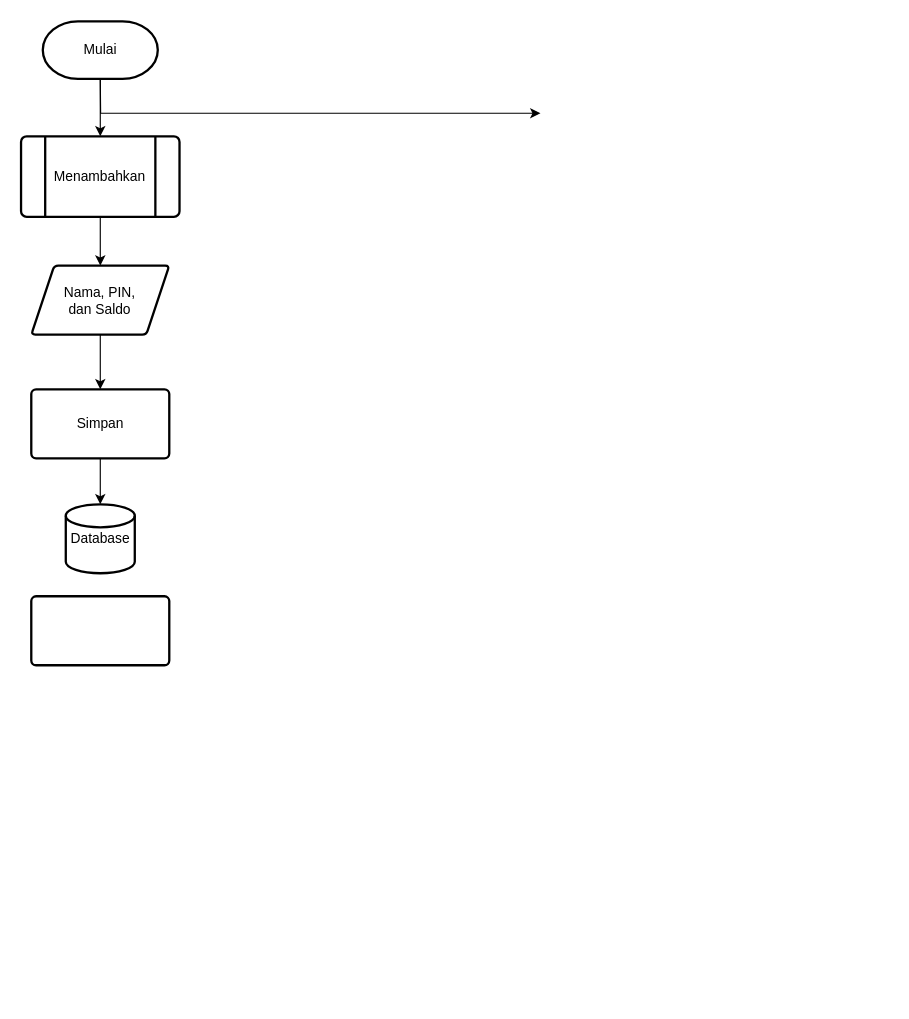
This is Diagram Tanpa Judul.drawio from Arsy278/tugas-arsy, a draw.io file, before an edit. Source tidied: cells renumbered, new cells numbered last; positions are measured from the earlier drawing's top-left corner, leaving out a move shared by most shapes. Both pictures are drawn from the tidied source at 115%, with x=0, y=0 at pixel (21, 21).
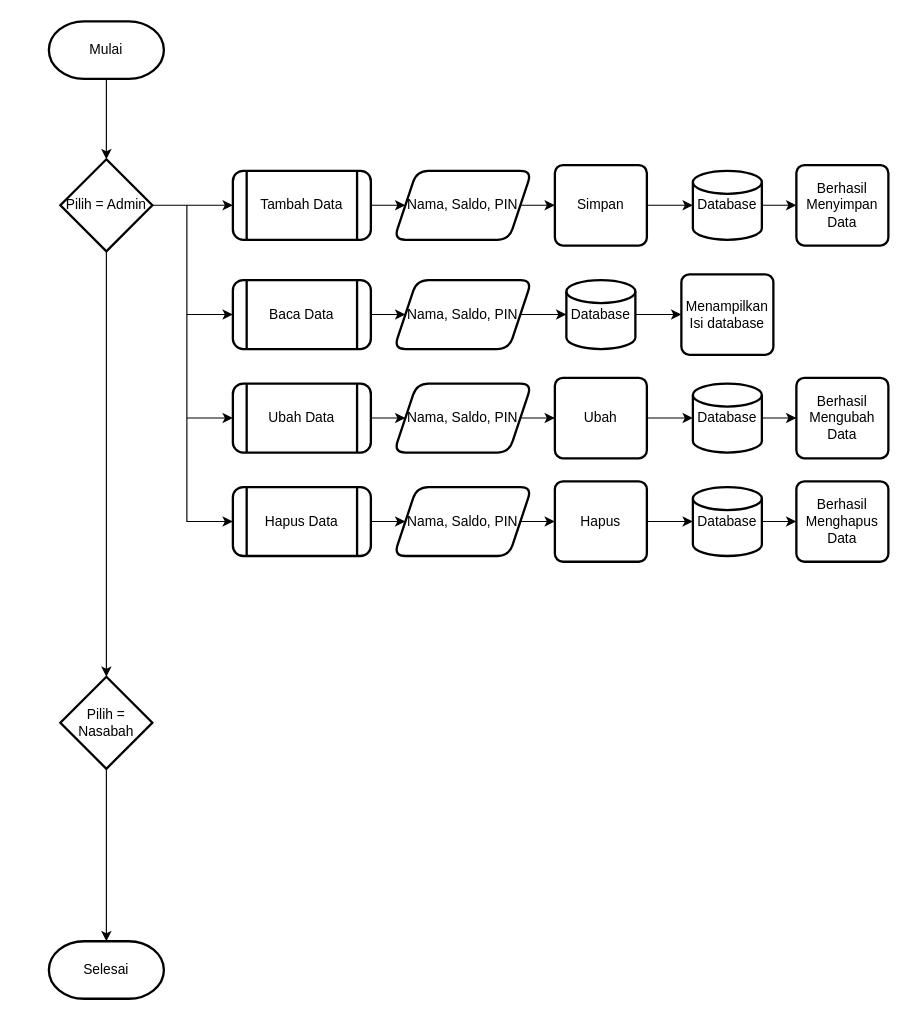
The same diagram, later.

Commit message:
Flowchart PA Daspro 2023

Change to the diagram source:
```diff
@@
-    <mxCell id="2" style="edgeStyle=orthogonalEdgeStyle;rounded=0;jettySize=auto;html=1;" parent="1" edge="1" source="3" target="9">
-      <mxGeometry relative="1" as="geometry" />
-    </mxCell>
-    <mxCell id="3" style="whiteSpace=wrap;html=1;shadow=0;fontFamily=Helvetica;fontSize=12;align=center;strokeWidth=2;spacing=6;spacingTop=-4;shape=process;rounded=1;arcSize=7;size=0.15141284403669722;verticalLabelPosition=bottom;verticalAlign=top;" parent="1" vertex="1">
-      <mxGeometry x="-0.2" y="100" width="137.8" height="70" as="geometry" />
-    </mxCell>
+    <mxCell id="16" style="edgeStyle=orthogonalEdgeStyle;rounded=0;jettySize=auto;html=1;" parent="1" edge="1" source="4" target="18">
+      <mxGeometry relative="1" as="geometry" />
+    </mxCell>
     <mxCell id="4" value="Mulai" style="rounded=1;whiteSpace=wrap;html=1;fontSize=12;glass=0;strokeWidth=2;shadow=0;shape=mxgraph.flowchart.terminator;" parent="1" vertex="1">
-      <mxGeometry x="18.7" width="100" height="50" as="geometry" />
+      <mxGeometry x="24" width="100" height="50" as="geometry" />
     </mxCell>
-    <mxCell id="5" style="endArrow=classic;html=1;rounded=0;exitX=0.5;exitY=1;exitDx=0;exitDy=0;exitPerimeter=0;" parent="1" edge="1" source="4">
-      <mxGeometry relative="1" as="geometry">
-        <mxPoint x="451.5" y="80" as="targetPoint" />
-        <Array as="points">
-          <mxPoint x="69" y="80" />
-        </Array>
-      </mxGeometry>
-    </mxCell>
-    <mxCell id="6" style="endArrow=classic;html=1;rounded=0;exitX=0.5;exitY=1;exitDx=0;exitDy=0;exitPerimeter=0;" parent="1" edge="1" source="4" target="3">
-      <mxGeometry relative="1" as="geometry" />
-    </mxCell>
-    <mxCell id="7" value="Menambahkan" style="text;strokeColor=none;align=center;fillColor=none;html=1;verticalAlign=middle;whiteSpace=wrap;rounded=0;" parent="1" vertex="1">
-      <mxGeometry x="37.4" y="117.5" width="62.5" height="35" as="geometry" />
-    </mxCell>
-    <mxCell id="8" style="edgeStyle=orthogonalEdgeStyle;rounded=0;jettySize=auto;html=1;" parent="1" edge="1" source="9" target="12">
-      <mxGeometry relative="1" as="geometry" />
-    </mxCell>
-    <mxCell id="9" value="&lt;div style=&quot;text-align: justify;&quot;&gt;&lt;br&gt;&lt;/div&gt;" style="shape=parallelogram;perimeter=parallelogramPerimeter;whiteSpace=wrap;html=1;fixedSize=1;verticalAlign=top;shadow=0;strokeWidth=2;spacing=6;spacingTop=-4;rounded=1;arcSize=7;align=center;" parent="1" vertex="1">
-      <mxGeometry x="8.7" y="212.5" width="120" height="60" as="geometry" />
-    </mxCell>
-    <mxCell id="10" value="Nama, PIN, dan Saldo" style="text;strokeColor=none;align=center;fillColor=none;html=1;verticalAlign=middle;whiteSpace=wrap;rounded=0;" parent="1" vertex="1">
-      <mxGeometry x="32.4" y="225" width="72.5" height="35" as="geometry" />
-    </mxCell>
-    <mxCell id="11" style="edgeStyle=orthogonalEdgeStyle;rounded=0;jettySize=auto;html=1;" parent="1" edge="1" source="12" target="14">
-      <mxGeometry relative="1" as="geometry" />
-    </mxCell>
-    <mxCell id="12" style="rounded=1;whiteSpace=wrap;html=1;verticalAlign=top;shadow=0;strokeWidth=2;spacing=6;spacingTop=-4;arcSize=7;" parent="1" vertex="1">
-      <mxGeometry x="8.7" y="320" width="120" height="60" as="geometry" />
-    </mxCell>
+    <mxCell id="17" style="edgeStyle=orthogonalEdgeStyle;rounded=0;jettySize=auto;html=1;" parent="1" edge="1" source="18" target="20">
+      <mxGeometry relative="1" as="geometry" />
+    </mxCell>
+    <mxCell id="18" value="Pilih = Admin" style="whiteSpace=wrap;html=1;rounded=1;glass=0;strokeWidth=2;shadow=0;shape=mxgraph.flowchart.decision;" parent="1" vertex="1">
+      <mxGeometry x="34" y="120" width="80" height="80" as="geometry" />
+    </mxCell>
+    <mxCell id="19" style="edgeStyle=orthogonalEdgeStyle;rounded=0;jettySize=auto;html=1;" parent="1" edge="1" source="20" target="21">
+      <mxGeometry relative="1" as="geometry" />
+    </mxCell>
+    <mxCell id="20" value="Pilih = Nasabah" style="whiteSpace=wrap;html=1;rounded=1;glass=0;strokeWidth=2;shadow=0;shape=mxgraph.flowchart.decision;" parent="1" vertex="1">
+      <mxGeometry x="34" y="570" width="80" height="80" as="geometry" />
+    </mxCell>
+    <mxCell id="21" value="Selesai" style="rounded=1;whiteSpace=wrap;html=1;fontSize=12;glass=0;strokeWidth=2;shadow=0;shape=mxgraph.flowchart.terminator;" parent="1" vertex="1">
+      <mxGeometry x="24" y="800" width="100" height="50" as="geometry" />
+    </mxCell>
+    <mxCell id="22" style="edgeStyle=orthogonalEdgeStyle;rounded=0;jettySize=auto;html=1;" parent="1" edge="1" source="23" target="25">
+      <mxGeometry relative="1" as="geometry" />
+    </mxCell>
+    <mxCell id="23" value="Tambah Data" style="shape=process;whiteSpace=wrap;html=1;backgroundOutline=1;rounded=1;glass=0;strokeWidth=2;shadow=0;" parent="1" vertex="1">
+      <mxGeometry x="184" y="130" width="120" height="60" as="geometry" />
+    </mxCell>
+    <mxCell id="24" style="edgeStyle=orthogonalEdgeStyle;rounded=0;jettySize=auto;html=1;" parent="1" edge="1" source="25" target="13">
+      <mxGeometry relative="1" as="geometry" />
+    </mxCell>
+    <mxCell id="25" value="Nama, Saldo, PIN" style="shape=parallelogram;perimeter=parallelogramPerimeter;whiteSpace=wrap;html=1;fixedSize=1;rounded=1;glass=0;strokeWidth=2;shadow=0;" parent="1" vertex="1">
+      <mxGeometry x="324" y="130" width="120" height="60" as="geometry" />
+    </mxCell>
+    <mxCell id="26" style="edgeStyle=orthogonalEdgeStyle;rounded=0;jettySize=auto;html=1;" parent="1" edge="1" source="13" target="28">
+      <mxGeometry relative="1" as="geometry" />
+    </mxCell>
-    <mxCell id="13" value="Simpan" style="text;strokeColor=none;align=center;fillColor=none;html=1;verticalAlign=middle;whiteSpace=wrap;rounded=0;" parent="1" vertex="1">
-      <mxGeometry x="38.7" y="335" width="60" height="30" as="geometry" />
+    <mxCell id="13" value="Simpan" style="rounded=1;whiteSpace=wrap;html=1;absoluteArcSize=1;arcSize=14;strokeWidth=2;" parent="1" vertex="1">
+      <mxGeometry x="464" y="125" width="80" height="70" as="geometry" />
     </mxCell>
-    <mxCell id="14" value="Database" style="strokeWidth=2;html=1;shape=mxgraph.flowchart.database;whiteSpace=wrap;" parent="1" vertex="1">
-      <mxGeometry x="38.7" y="420" width="60" height="60" as="geometry" />
-    </mxCell>
-    <mxCell id="15" style="rounded=1;whiteSpace=wrap;html=1;verticalAlign=top;shadow=0;strokeWidth=2;spacing=6;spacingTop=-4;arcSize=7;" parent="1" vertex="1">
-      <mxGeometry x="8.7" y="500" width="120" height="60" as="geometry" />
-    </mxCell>
+    <mxCell id="27" style="edgeStyle=orthogonalEdgeStyle;rounded=0;jettySize=auto;html=1;" parent="1" edge="1" source="28" target="29">
+      <mxGeometry relative="1" as="geometry" />
+    </mxCell>
+    <mxCell id="28" value="Database" style="strokeWidth=2;html=1;shape=mxgraph.flowchart.database;whiteSpace=wrap;" parent="1" vertex="1">
+      <mxGeometry x="584" y="130" width="60" height="60" as="geometry" />
+    </mxCell>
+    <mxCell id="29" value="Berhasil Menyimpan Data" style="rounded=1;whiteSpace=wrap;html=1;absoluteArcSize=1;arcSize=14;strokeWidth=2;" parent="1" vertex="1">
+      <mxGeometry x="674" y="125" width="80" height="70" as="geometry" />
+    </mxCell>
+    <mxCell id="30" style="edgeStyle=orthogonalEdgeStyle;rounded=0;jettySize=auto;html=1;" parent="1" edge="1" source="31" target="33">
+      <mxGeometry relative="1" as="geometry" />
+    </mxCell>
+    <mxCell id="31" value="Baca Data" style="shape=process;whiteSpace=wrap;html=1;backgroundOutline=1;rounded=1;glass=0;strokeWidth=2;shadow=0;" parent="1" vertex="1">
+      <mxGeometry x="184" y="225" width="120" height="60" as="geometry" />
+    </mxCell>
+    <mxCell id="32" style="edgeStyle=orthogonalEdgeStyle;rounded=0;jettySize=auto;html=1;" parent="1" edge="1" source="33" target="35">
+      <mxGeometry relative="1" as="geometry" />
+    </mxCell>
+    <mxCell id="33" value="Nama, Saldo, PIN" style="shape=parallelogram;perimeter=parallelogramPerimeter;whiteSpace=wrap;html=1;fixedSize=1;rounded=1;glass=0;strokeWidth=2;shadow=0;" parent="1" vertex="1">
+      <mxGeometry x="324" y="225" width="120" height="60" as="geometry" />
+    </mxCell>
+    <mxCell id="34" style="edgeStyle=orthogonalEdgeStyle;rounded=0;jettySize=auto;html=1;" parent="1" edge="1" source="35" target="36">
+      <mxGeometry relative="1" as="geometry" />
+    </mxCell>
+    <mxCell id="35" value="Database" style="strokeWidth=2;html=1;shape=mxgraph.flowchart.database;whiteSpace=wrap;" parent="1" vertex="1">
+      <mxGeometry x="474" y="225" width="60" height="60" as="geometry" />
+    </mxCell>
+    <mxCell id="36" value="Menampilkan Isi database" style="rounded=1;whiteSpace=wrap;html=1;absoluteArcSize=1;arcSize=14;strokeWidth=2;" parent="1" vertex="1">
+      <mxGeometry x="574" y="220" width="80" height="70" as="geometry" />
+    </mxCell>
+    <mxCell id="37" style="edgeStyle=orthogonalEdgeStyle;rounded=0;jettySize=auto;html=1;" parent="1" edge="1" source="38" target="40">
+      <mxGeometry relative="1" as="geometry" />
+    </mxCell>
+    <mxCell id="38" value="Ubah Data" style="shape=process;whiteSpace=wrap;html=1;backgroundOutline=1;rounded=1;glass=0;strokeWidth=2;shadow=0;" parent="1" vertex="1">
+      <mxGeometry x="184" y="315" width="120" height="60" as="geometry" />
+    </mxCell>
+    <mxCell id="39" style="edgeStyle=orthogonalEdgeStyle;rounded=0;jettySize=auto;html=1;" parent="1" edge="1" source="40" target="42">
+      <mxGeometry relative="1" as="geometry" />
+    </mxCell>
+    <mxCell id="40" value="Nama, Saldo, PIN" style="shape=parallelogram;perimeter=parallelogramPerimeter;whiteSpace=wrap;html=1;fixedSize=1;rounded=1;glass=0;strokeWidth=2;shadow=0;" parent="1" vertex="1">
+      <mxGeometry x="324" y="315" width="120" height="60" as="geometry" />
+    </mxCell>
+    <mxCell id="41" style="edgeStyle=orthogonalEdgeStyle;rounded=0;jettySize=auto;html=1;" parent="1" edge="1" source="42" target="44">
+      <mxGeometry relative="1" as="geometry" />
+    </mxCell>
+    <mxCell id="42" value="Ubah" style="rounded=1;whiteSpace=wrap;html=1;absoluteArcSize=1;arcSize=14;strokeWidth=2;" parent="1" vertex="1">
+      <mxGeometry x="464" y="310" width="80" height="70" as="geometry" />
+    </mxCell>
+    <mxCell id="43" style="edgeStyle=orthogonalEdgeStyle;rounded=0;jettySize=auto;html=1;" parent="1" edge="1" source="44" target="45">
+      <mxGeometry relative="1" as="geometry" />
+    </mxCell>
+    <mxCell id="44" value="Database" style="strokeWidth=2;html=1;shape=mxgraph.flowchart.database;whiteSpace=wrap;" parent="1" vertex="1">
+      <mxGeometry x="584" y="315" width="60" height="60" as="geometry" />
+    </mxCell>
+    <mxCell id="45" value="Berhasil Mengubah Data" style="rounded=1;whiteSpace=wrap;html=1;absoluteArcSize=1;arcSize=14;strokeWidth=2;" parent="1" vertex="1">
+      <mxGeometry x="674" y="310" width="80" height="70" as="geometry" />
+    </mxCell>
+    <mxCell id="46" style="edgeStyle=orthogonalEdgeStyle;rounded=0;jettySize=auto;html=1;" parent="1" edge="1" source="47" target="49">
+      <mxGeometry relative="1" as="geometry" />
+    </mxCell>
+    <mxCell id="47" value="Hapus Data" style="shape=process;whiteSpace=wrap;html=1;backgroundOutline=1;rounded=1;glass=0;strokeWidth=2;shadow=0;" parent="1" vertex="1">
+      <mxGeometry x="184" y="405" width="120" height="60" as="geometry" />
+    </mxCell>
+    <mxCell id="48" style="edgeStyle=orthogonalEdgeStyle;rounded=0;jettySize=auto;html=1;" parent="1" edge="1" source="49" target="51">
+      <mxGeometry relative="1" as="geometry" />
+    </mxCell>
+    <mxCell id="49" value="Nama, Saldo, PIN" style="shape=parallelogram;perimeter=parallelogramPerimeter;whiteSpace=wrap;html=1;fixedSize=1;rounded=1;glass=0;strokeWidth=2;shadow=0;" parent="1" vertex="1">
+      <mxGeometry x="324" y="405" width="120" height="60" as="geometry" />
+    </mxCell>
+    <mxCell id="50" style="edgeStyle=orthogonalEdgeStyle;rounded=0;jettySize=auto;html=1;" parent="1" edge="1" source="51" target="53">
+      <mxGeometry relative="1" as="geometry" />
+    </mxCell>
+    <mxCell id="51" value="Hapus" style="rounded=1;whiteSpace=wrap;html=1;absoluteArcSize=1;arcSize=14;strokeWidth=2;" parent="1" vertex="1">
+      <mxGeometry x="464" y="400" width="80" height="70" as="geometry" />
+    </mxCell>
+    <mxCell id="52" style="edgeStyle=orthogonalEdgeStyle;rounded=0;jettySize=auto;html=1;" parent="1" edge="1" source="53" target="54">
+      <mxGeometry relative="1" as="geometry" />
+    </mxCell>
+    <mxCell id="53" value="Database" style="strokeWidth=2;html=1;shape=mxgraph.flowchart.database;whiteSpace=wrap;" parent="1" vertex="1">
+      <mxGeometry x="584" y="405" width="60" height="60" as="geometry" />
+    </mxCell>
+    <mxCell id="54" value="Berhasil Menghapus Data" style="rounded=1;whiteSpace=wrap;html=1;absoluteArcSize=1;arcSize=14;strokeWidth=2;" parent="1" vertex="1">
+      <mxGeometry x="674" y="400" width="80" height="70" as="geometry" />
+    </mxCell>
+    <mxCell id="55" style="endArrow=classic;html=1;rounded=0;entryX=0;entryY=0.5;entryDx=0;entryDy=0;" parent="1" edge="1" target="47">
+      <mxGeometry relative="1" as="geometry">
+        <mxPoint x="144" y="160" as="sourcePoint" />
+        <Array as="points">
+          <mxPoint x="144" y="300" />
+          <mxPoint x="144" y="435" />
+        </Array>
+      </mxGeometry>
+    </mxCell>
+    <mxCell id="56" style="endArrow=classic;html=1;rounded=0;entryX=0;entryY=0.5;entryDx=0;entryDy=0;" parent="1" edge="1" target="38">
+      <mxGeometry relative="1" as="geometry">
+        <mxPoint x="144" y="345" as="sourcePoint" />
+      </mxGeometry>
+    </mxCell>
+    <mxCell id="57" style="endArrow=classic;html=1;rounded=0;entryX=0;entryY=0.5;entryDx=0;entryDy=0;" parent="1" edge="1" target="31">
+      <mxGeometry relative="1" as="geometry">
+        <mxPoint x="144" y="255" as="sourcePoint" />
+      </mxGeometry>
+    </mxCell>
+    <mxCell id="58" style="endArrow=classic;html=1;rounded=0;entryX=0;entryY=0.5;entryDx=0;entryDy=0;exitX=1;exitY=0.5;exitDx=0;exitDy=0;exitPerimeter=0;" parent="1" edge="1" source="18" target="23">
+      <mxGeometry relative="1" as="geometry" />
+    </mxCell>
```
